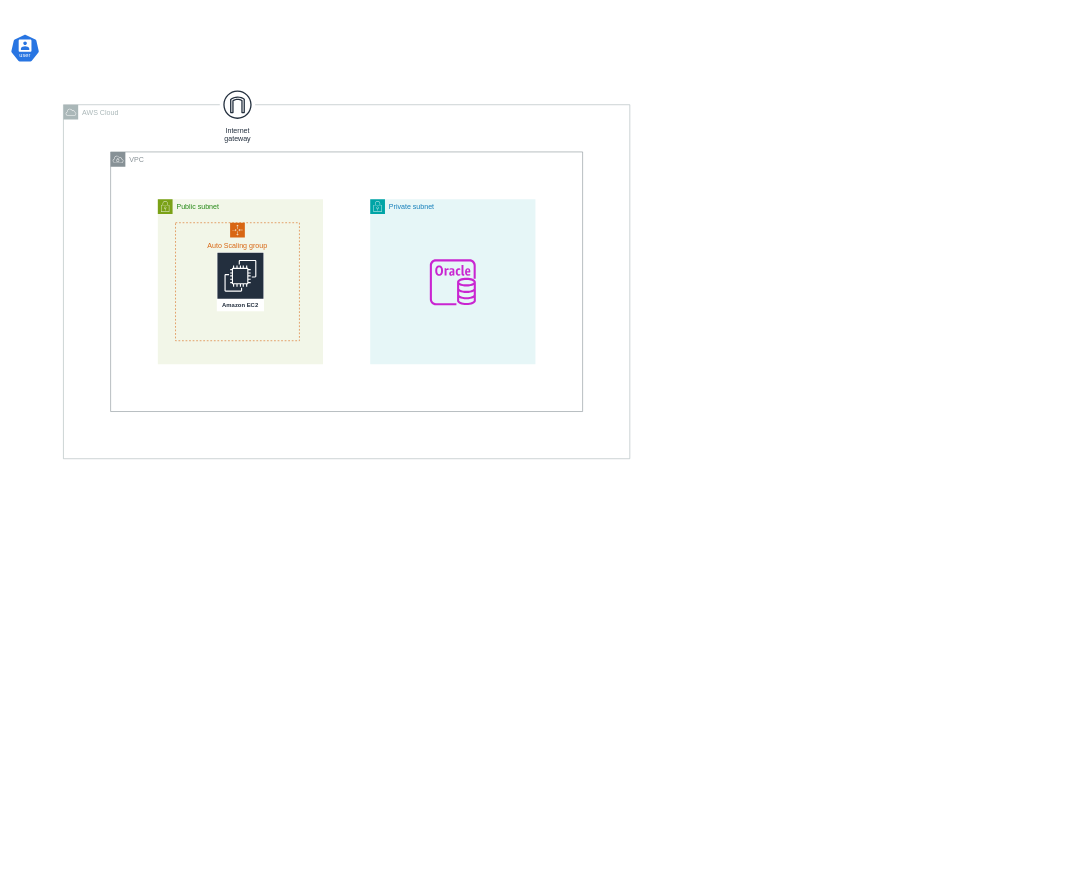
Above: Untitled Diagram.drawio in SwagAbyss/SwagML (draw.io), before the change. Source tidied: cells renumbered, new cells numbered last; positions are measured from the earlier drawing's top-left corner, leaving out a move shared by most shapes. Both pictures are drawn from the tidied source at 59%, with x=0, y=0 at pixel (10, 34).
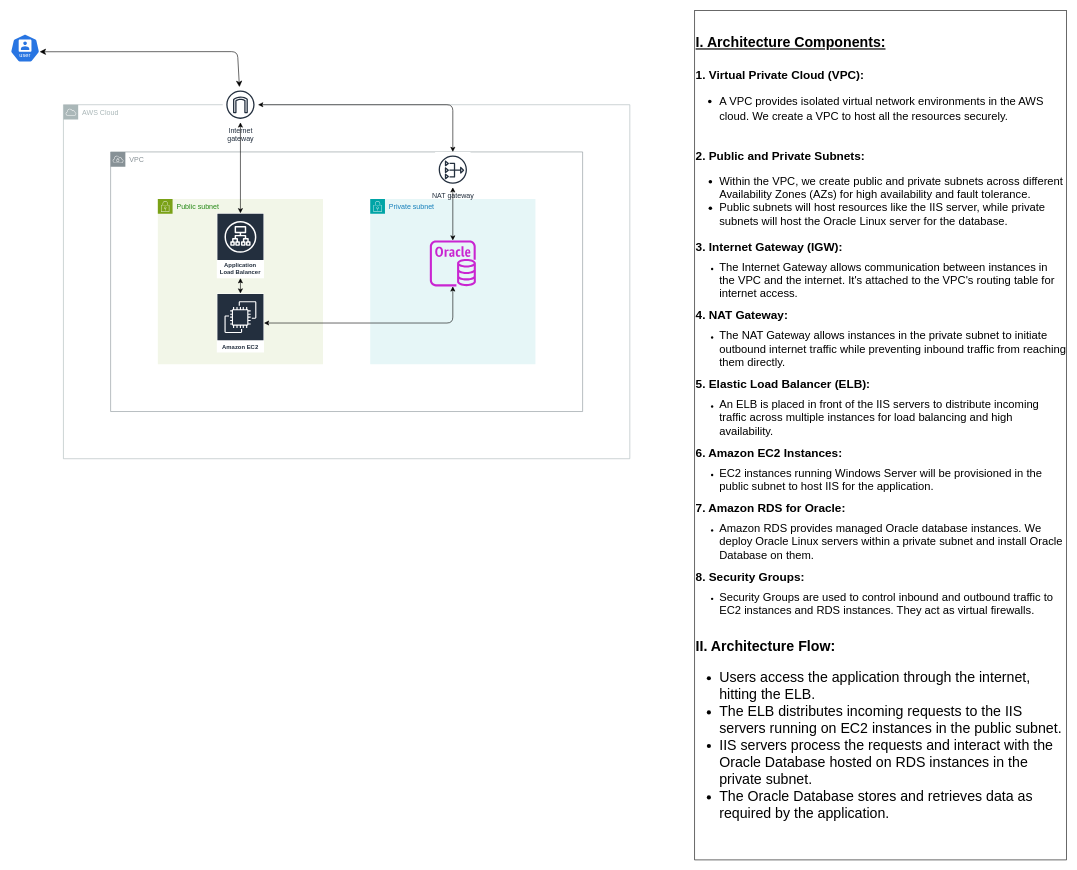
The same diagram, later.

Commit message:
AWS IIS Server with Oracle Architecture.drawio

Diff of the diagram source:
```diff
@@
-    <mxCell id="2" value="VPC" style="sketch=0;gradientColor=none;html=1;whiteSpace=wrap;fontSize=12;fontStyle=0;shape=mxgraph.aws4.group;grIcon=mxgraph.aws4.group_vpc;strokeColor=#879196;fillColor=none;verticalAlign=top;align=left;spacingLeft=30;fontColor=#879196;dashed=0;" parent="1" vertex="1">
+    <mxCell id="2" value="VPC" style="gradientColor=none;html=1;whiteSpace=wrap;fontSize=12;fontStyle=0;shape=mxgraph.aws4.group;grIcon=mxgraph.aws4.group_vpc;strokeColor=#879196;fillColor=none;verticalAlign=top;align=left;spacingLeft=30;fontColor=#879196;dashed=0;rounded=1;" parent="1" vertex="1">
       <mxGeometry x="170" y="200" width="800" height="440" as="geometry" />
     </mxCell>
+    <mxCell id="7" value="AWS Cloud" style="gradientColor=none;html=1;whiteSpace=wrap;fontSize=12;fontStyle=0;shape=mxgraph.aws4.group;grIcon=mxgraph.aws4.group_aws_cloud;strokeColor=#AAB7B8;fillColor=none;verticalAlign=top;align=left;spacingLeft=30;fontColor=#AAB7B8;dashed=0;rounded=1;" parent="1" vertex="1">
+      <mxGeometry x="90" y="120" width="960" height="600" as="geometry" />
+    </mxCell>
-    <mxCell id="3" value="Public subnet" style="gradientColor=none;html=1;whiteSpace=wrap;fontSize=12;fontStyle=0;shape=mxgraph.aws4.group;grIcon=mxgraph.aws4.group_security_group;grStroke=0;strokeColor=#7AA116;fillColor=#F2F6E8;verticalAlign=top;align=left;spacingLeft=30;fontColor=#248814;dashed=0;" parent="1" vertex="1">
+    <mxCell id="3" value="Public subnet" style="gradientColor=none;html=1;whiteSpace=wrap;fontSize=12;fontStyle=0;shape=mxgraph.aws4.group;grIcon=mxgraph.aws4.group_security_group;grStroke=0;strokeColor=#7AA116;fillColor=#F2F6E8;verticalAlign=top;align=left;spacingLeft=30;fontColor=#248814;dashed=0;rounded=1;" parent="1" vertex="1">
       <mxGeometry x="250" y="280" width="280" height="280" as="geometry" />
     </mxCell>
-    <mxCell id="4" value="Amazon EC2" style="sketch=0;outlineConnect=0;fontColor=#232F3E;gradientColor=none;strokeColor=#ffffff;fillColor=#232F3E;dashed=0;verticalLabelPosition=middle;verticalAlign=bottom;align=center;html=1;whiteSpace=wrap;fontSize=10;fontStyle=1;spacing=3;shape=mxgraph.aws4.productIcon;prIcon=mxgraph.aws4.ec2;" parent="3" vertex="1">
-      <mxGeometry x="100" y="90" width="80" height="100" as="geometry" />
+    <mxCell id="4" value="Amazon EC2" style="outlineConnect=0;fontColor=#232F3E;gradientColor=none;strokeColor=#ffffff;fillColor=#232F3E;dashed=0;verticalLabelPosition=middle;verticalAlign=bottom;align=center;html=1;whiteSpace=wrap;fontSize=10;fontStyle=1;spacing=3;shape=mxgraph.aws4.productIcon;prIcon=mxgraph.aws4.ec2;rounded=1;" parent="3" vertex="1">
+      <mxGeometry x="100" y="160" width="80" height="100" as="geometry" />
     </mxCell>
+    <mxCell id="11" value="Application Load Balancer" style="sketch=0;outlineConnect=0;fontColor=#232F3E;gradientColor=none;strokeColor=#ffffff;fillColor=#232F3E;dashed=0;verticalLabelPosition=middle;verticalAlign=bottom;align=center;html=1;whiteSpace=wrap;fontSize=10;fontStyle=1;spacing=3;shape=mxgraph.aws4.productIcon;prIcon=mxgraph.aws4.application_load_balancer;rounded=1;" parent="3" vertex="1">
+      <mxGeometry x="100" y="24" width="80" height="110" as="geometry" />
+    </mxCell>
+    <mxCell id="12" style="endArrow=classic;startArrow=classic;html=1;rounded=1;" parent="3" edge="1" source="4" target="11">
+      <mxGeometry relative="1" as="geometry" />
+    </mxCell>
-    <mxCell id="5" value="Private subnet" style="gradientColor=none;html=1;whiteSpace=wrap;fontSize=12;fontStyle=0;shape=mxgraph.aws4.group;grIcon=mxgraph.aws4.group_security_group;grStroke=0;strokeColor=#00A4A6;fillColor=#E6F6F7;verticalAlign=top;align=left;spacingLeft=30;fontColor=#147EBA;dashed=0;" parent="1" vertex="1">
+    <mxCell id="5" value="Private subnet" style="gradientColor=none;html=1;whiteSpace=wrap;fontSize=12;fontStyle=0;shape=mxgraph.aws4.group;grIcon=mxgraph.aws4.group_security_group;grStroke=0;strokeColor=#00A4A6;fillColor=#E6F6F7;verticalAlign=top;align=left;spacingLeft=30;fontColor=#147EBA;dashed=0;rounded=1;" parent="1" vertex="1">
       <mxGeometry x="610" y="280" width="280" height="280" as="geometry" />
     </mxCell>
-    <mxCell id="6" style="sketch=0;outlineConnect=0;fontColor=#232F3E;gradientColor=none;fillColor=#C925D1;strokeColor=none;dashed=0;verticalLabelPosition=bottom;verticalAlign=top;align=center;html=1;fontSize=12;fontStyle=0;shape=mxgraph.aws4.rds_oracle_instance;" parent="5" vertex="1">
-      <mxGeometry x="101" y="102" width="78" height="78" as="geometry" />
+    <mxCell id="6" style="outlineConnect=0;fontColor=#232F3E;gradientColor=none;fillColor=#C925D1;strokeColor=none;dashed=0;verticalLabelPosition=bottom;verticalAlign=top;align=center;html=1;fontSize=12;fontStyle=0;shape=mxgraph.aws4.rds_oracle_instance;rounded=1;" parent="5" vertex="1">
+      <mxGeometry x="101" y="70" width="78" height="78" as="geometry" />
     </mxCell>
-    <mxCell id="7" value="AWS Cloud" style="sketch=0;gradientColor=none;html=1;whiteSpace=wrap;fontSize=12;fontStyle=0;shape=mxgraph.aws4.group;grIcon=mxgraph.aws4.group_aws_cloud;strokeColor=#AAB7B8;fillColor=none;verticalAlign=top;align=left;spacingLeft=30;fontColor=#AAB7B8;dashed=0;" parent="1" vertex="1">
-      <mxGeometry x="90" y="120" width="960" height="600" as="geometry" />
-    </mxCell>
-    <mxCell id="8" value="Auto Scaling group" style="gradientColor=none;html=1;whiteSpace=wrap;fontSize=12;fontStyle=0;shape=mxgraph.aws4.groupCenter;grIcon=mxgraph.aws4.group_auto_scaling_group;grStroke=1;strokeColor=#D86613;fillColor=none;verticalAlign=top;align=center;fontColor=#D86613;dashed=1;spacingTop=25;" parent="1" vertex="1">
-      <mxGeometry x="280" y="320" width="210" height="200" as="geometry" />
-    </mxCell>
-    <mxCell id="9" style="sketch=0;html=1;whitespace=wrap;fillColor=#2875E2;strokeColor=#ffffff;points=[[0.005,0.63,0],[0.1,0.2,0],[0.9,0.2,0],[0.5,0,0],[0.995,0.63,0],[0.72,0.99,0],[0.5,1,0],[0.28,0.99,0]];shape=mxgraph.kubernetes.icon2;kubernetesLabel=1;prIcon=user;" parent="1" vertex="1">
+    <mxCell id="9" style="html=1;whitespace=wrap;fillColor=#2875E2;strokeColor=#ffffff;points=[[0.005,0.63,0],[0.1,0.2,0],[0.9,0.2,0],[0.5,0,0],[0.995,0.63,0],[0.72,0.99,0],[0.5,1,0],[0.28,0.99,0]];shape=mxgraph.kubernetes.icon2;kubernetesLabel=1;prIcon=user;rounded=1;" parent="1" vertex="1">
       <mxGeometry width="50" height="48" as="geometry" />
     </mxCell>
-    <mxCell id="10" value="Internet&#10;gateway" style="sketch=0;outlineConnect=0;fontColor=#232F3E;gradientColor=none;strokeColor=#232F3E;fillColor=#ffffff;dashed=0;verticalLabelPosition=bottom;verticalAlign=top;align=center;html=1;fontSize=12;fontStyle=0;shape=mxgraph.aws4.resourceIcon;resIcon=mxgraph.aws4.internet_gateway;" parent="1" vertex="1">
-      <mxGeometry x="355" y="90" width="60" height="60" as="geometry" />
+    <mxCell id="10" value="Internet&#10;gateway" style="outlineConnect=0;fontColor=#232F3E;gradientColor=none;strokeColor=#232F3E;fillColor=#ffffff;dashed=0;verticalLabelPosition=bottom;verticalAlign=top;align=center;html=1;fontSize=12;fontStyle=0;shape=mxgraph.aws4.resourceIcon;resIcon=mxgraph.aws4.internet_gateway;rounded=1;" parent="1" vertex="1">
+      <mxGeometry x="360" y="90" width="60" height="60" as="geometry" />
     </mxCell>
+    <mxCell id="13" style="edgeStyle=none;jettySize=auto;html=1;endArrow=classic;startArrow=classic;endSize=8;startSize=8;rounded=1;exitX=0.995;exitY=0.63;exitDx=0;exitDy=0;exitPerimeter=0;" parent="1" edge="1" source="9" target="10">
+      <mxGeometry relative="1" as="geometry">
+        <Array as="points">
+          <mxPoint x="385" y="30" />
+        </Array>
+      </mxGeometry>
+    </mxCell>
+    <mxCell id="14" style="endArrow=classic;startArrow=classic;html=1;rounded=1;" parent="1" edge="1" source="10" target="11">
+      <mxGeometry relative="1" as="geometry" />
+    </mxCell>
+    <mxCell id="15" style="endArrow=classic;startArrow=classic;html=1;rounded=1;" parent="1" edge="1" source="4" target="6">
+      <mxGeometry relative="1" as="geometry">
+        <Array as="points">
+          <mxPoint x="750" y="490" />
+        </Array>
+      </mxGeometry>
+    </mxCell>
+    <mxCell id="16" value="&lt;div&gt;&lt;font style=&quot;font-size: 24px;&quot;&gt;&lt;b&gt;&lt;u&gt;I. Architecture Components:&lt;/u&gt;&lt;/b&gt;&lt;/font&gt;&lt;/div&gt;&lt;div style=&quot;font-size: 20px;&quot;&gt;&lt;font size=&quot;5&quot;&gt;&lt;b&gt;&lt;u&gt;&lt;br&gt;&lt;/u&gt;&lt;/b&gt;&lt;/font&gt;&lt;span style=&quot;font-size: 20px;&quot;&gt;&lt;b&gt;1. Virtual Private Cloud (VPC):&lt;/b&gt;&lt;/span&gt;&lt;br&gt;&lt;ul&gt;&lt;li&gt;&lt;span style=&quot;font-size: 19px;&quot;&gt;A VPC provides isolated virtual network environments in the AWS cloud. We create a VPC to host all the resources securely.&lt;/span&gt;&lt;br&gt;&lt;/li&gt;&lt;/ul&gt;&lt;/div&gt;&lt;div style=&quot;font-size: 19px;&quot;&gt;&lt;span style=&quot;font-size: 19px;&quot;&gt;&lt;br&gt;&lt;/span&gt;&lt;b style=&quot;font-size: 20px;&quot;&gt;&lt;span style=&quot;&quot;&gt;2. Public and Private Subnets:&lt;/span&gt;&lt;br&gt;&lt;/b&gt;&lt;div&gt;&lt;ul&gt;&lt;li&gt;Within the VPC, we create public and private subnets across different Availability Zones (AZs) for high availability and fault tolerance.&lt;br&gt;&lt;/li&gt;&lt;li&gt;Public subnets will host resources like the IIS server, while private subnets will host the Oracle Linux server for the database.&lt;/li&gt;&lt;/ul&gt;&lt;/div&gt;&lt;/div&gt;&lt;div&gt;&lt;font style=&quot;font-size: 20px;&quot;&gt;&lt;b&gt;3. Internet Gateway (IGW):&lt;/b&gt;&lt;/font&gt;&lt;br&gt;&lt;ul&gt;&lt;li&gt;&lt;font style=&quot;font-size: 19px;&quot;&gt;The Internet Gateway allows communication between instances in the VPC and the internet. It's attached to the VPC's routing table for internet access.&lt;/font&gt;&lt;br&gt;&lt;/li&gt;&lt;/ul&gt;&lt;b&gt;&lt;font style=&quot;font-size: 20px;&quot;&gt;4. NAT Gateway:&lt;/font&gt;&lt;/b&gt;&lt;br&gt;&lt;ul&gt;&lt;li&gt;&lt;span style=&quot;font-size: 19px;&quot;&gt;The NAT Gateway allows instances in the private subnet to initiate outbound internet traffic while preventing inbound traffic from reaching them directly.&lt;/span&gt;&lt;br&gt;&lt;/li&gt;&lt;/ul&gt;&lt;b&gt;&lt;font style=&quot;font-size: 20px;&quot;&gt;5. Elastic Load Balancer (ELB):&lt;/font&gt;&lt;/b&gt;&lt;br&gt;&lt;ul&gt;&lt;li&gt;&lt;span style=&quot;font-size: 19px;&quot;&gt;An ELB is placed in front of the IIS servers to distribute incoming traffic across multiple instances for load balancing and high availability.&lt;/span&gt;&lt;br&gt;&lt;/li&gt;&lt;/ul&gt;&lt;font style=&quot;font-size: 20px;&quot;&gt;&lt;b&gt;6. Amazon EC2 Instances:&lt;/b&gt;&lt;/font&gt;&lt;br&gt;&lt;ul&gt;&lt;li&gt;&lt;span style=&quot;font-size: 19px;&quot;&gt;EC2 instances running Windows Server will be provisioned in the public subnet to host IIS for the application.&lt;/span&gt;&lt;/li&gt;&lt;/ul&gt;&lt;b&gt;&lt;font style=&quot;font-size: 20px;&quot;&gt;7. Amazon RDS for Oracle:&lt;/font&gt;&lt;/b&gt;&lt;br&gt;&lt;ul&gt;&lt;li&gt;&lt;span style=&quot;font-size: 19px;&quot;&gt;Amazon RDS provides managed Oracle database instances. We deploy Oracle Linux servers within a private subnet and install Oracle Database on them.&lt;/span&gt;&lt;br&gt;&lt;/li&gt;&lt;/ul&gt;&lt;font style=&quot;font-size: 20px;&quot;&gt;&lt;b&gt;8. Security Groups:&lt;/b&gt;&lt;/font&gt;&lt;br&gt;&lt;ul&gt;&lt;li&gt;&lt;span style=&quot;font-size: 19px;&quot;&gt;Security Groups are used to control inbound and outbound traffic to EC2 instances and RDS instances. They act as virtual firewalls.&lt;/span&gt;&lt;br&gt;&lt;/li&gt;&lt;/ul&gt;&lt;/div&gt;&lt;div style=&quot;font-size: 19px;&quot;&gt;&lt;br&gt;&lt;/div&gt;&lt;div style=&quot;font-size: 24px;&quot;&gt;&lt;b&gt;II. Architecture Flow:&lt;br&gt;&lt;/b&gt;&lt;ul&gt;&lt;li&gt;Users access the application through the internet, hitting the ELB.&lt;br&gt;&lt;/li&gt;&lt;li&gt;The ELB distributes incoming requests to the IIS servers running on EC2 instances in the public subnet.&lt;br&gt;&lt;/li&gt;&lt;li&gt;IIS servers process the requests and interact with the Oracle Database hosted on RDS instances in the private subnet.&lt;br&gt;&lt;/li&gt;&lt;li&gt;The Oracle Database stores and retrieves data as required by the application.&lt;/li&gt;&lt;/ul&gt;&lt;/div&gt;" style="rounded=0;whiteSpace=wrap;html=1;align=left;" parent="1" vertex="1">
+      <mxGeometry x="1160" y="-40" width="630" height="1440" as="geometry" />
+    </mxCell>
+    <mxCell id="17" value="NAT gateway" style="sketch=0;outlineConnect=0;fontColor=#232F3E;gradientColor=none;strokeColor=#232F3E;fillColor=#ffffff;dashed=0;verticalLabelPosition=bottom;verticalAlign=top;align=center;html=1;fontSize=12;fontStyle=0;shape=mxgraph.aws4.resourceIcon;resIcon=mxgraph.aws4.nat_gateway;rounded=1;" parent="1" vertex="1">
+      <mxGeometry x="720" y="200" width="60" height="60" as="geometry" />
+    </mxCell>
+    <mxCell id="18" style="endArrow=classic;startArrow=classic;html=1;rounded=1;" parent="1" edge="1" source="10" target="17">
+      <mxGeometry relative="1" as="geometry">
+        <Array as="points">
+          <mxPoint x="750" y="120" />
+        </Array>
+      </mxGeometry>
+    </mxCell>
+    <mxCell id="19" style="endArrow=classic;startArrow=classic;html=1;rounded=1;" parent="1" edge="1" source="6" target="17">
+      <mxGeometry relative="1" as="geometry" />
+    </mxCell>
```
